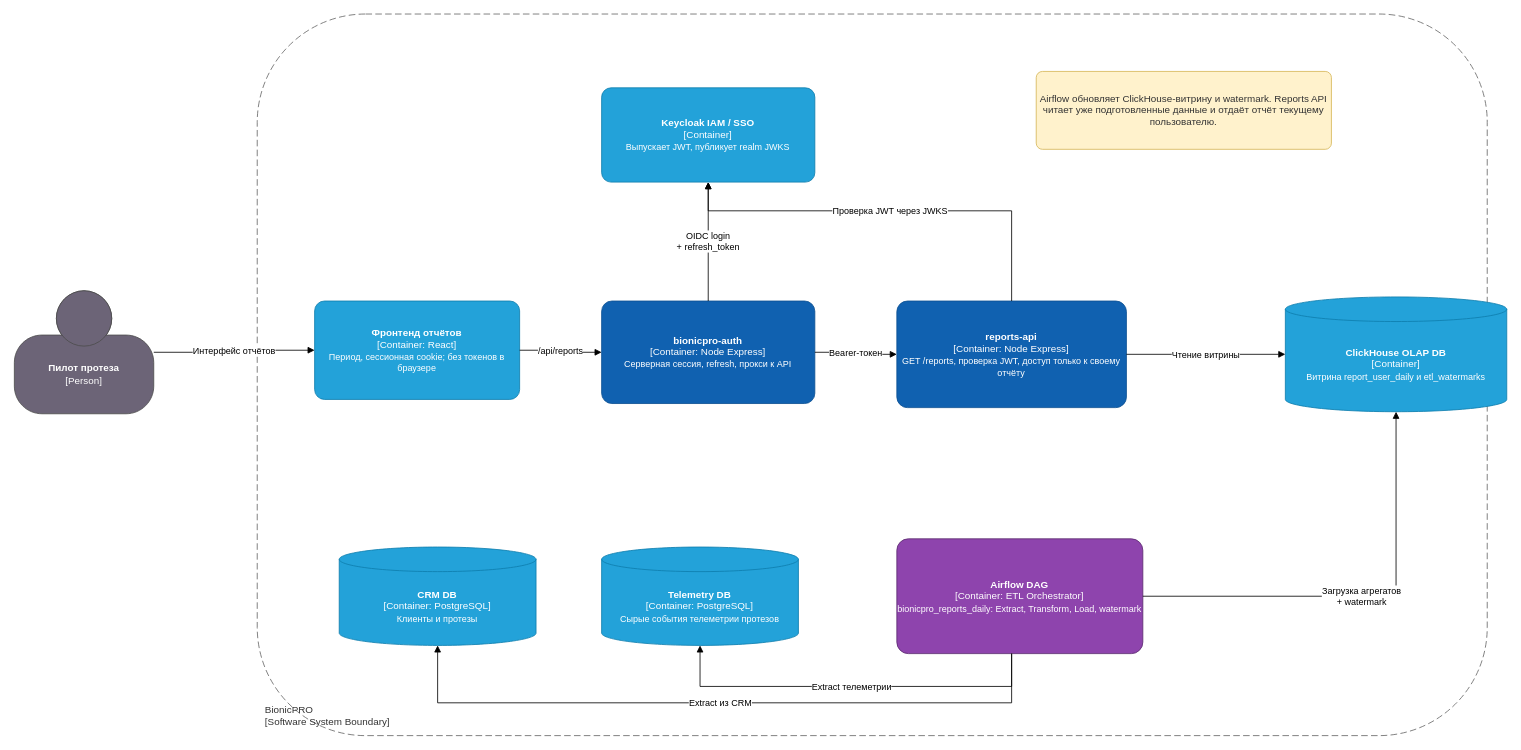
Before: architecture/bionicpro-reports-c4.drawio in astandrik/architecture-bionicpro, a draw.io diagram. Source tidied: cells renumbered, new cells numbered last; positions are measured from the earlier drawing's top-left corner, leaving out a move shared by most shapes. Both pictures are drawn from the tidied source at 82%, with x=0, y=0 at pixel (14, 14).
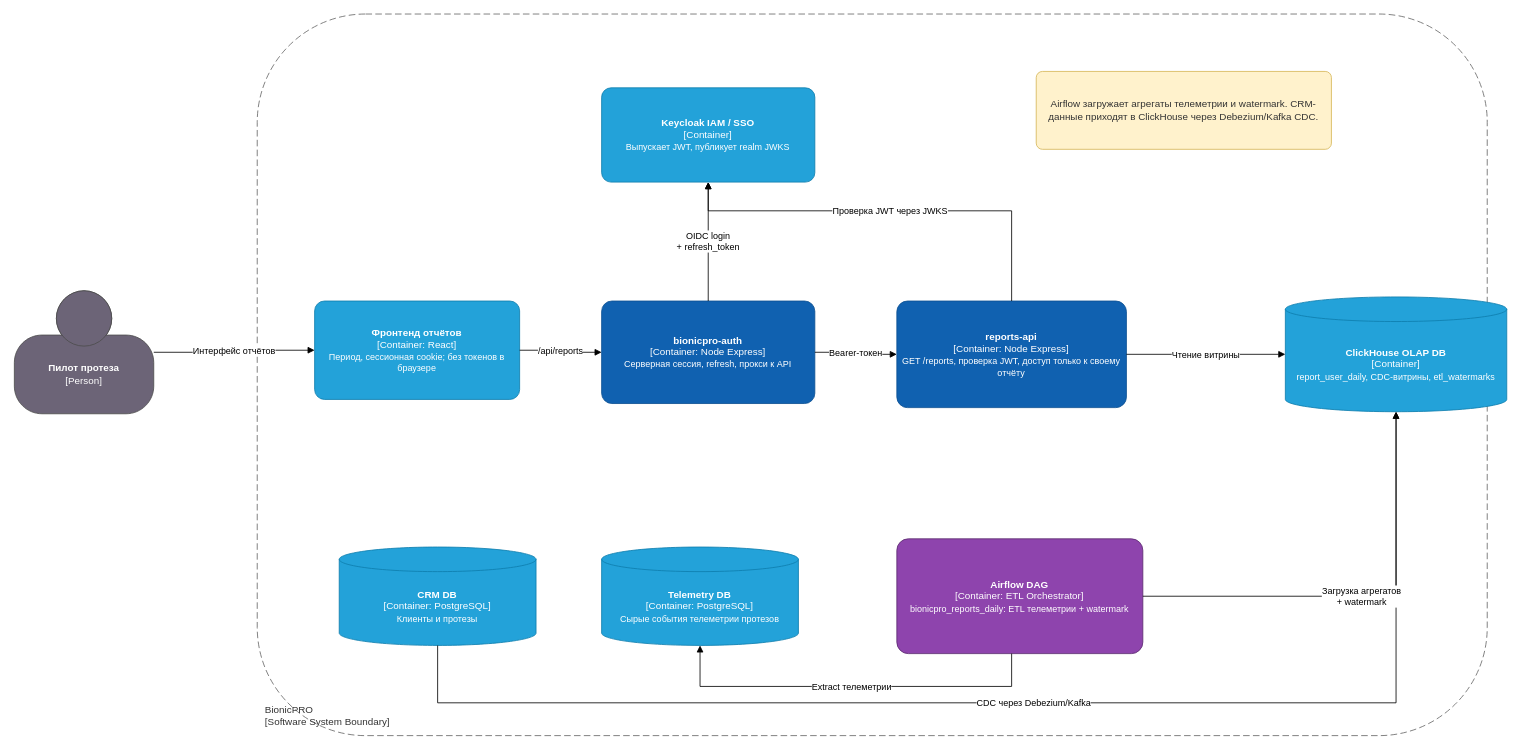
After the change.

Unchanged cells that the change refers to:
```xml
<mxCell id="8" value="&lt;b&gt;CRM DB&lt;/b&gt;&lt;br&gt;[Container: PostgreSQL]&lt;br&gt;&lt;font style=&quot;font-size: 11px&quot;&gt;Клиенты и протезы&lt;/font&gt;" style="shape=cylinder3;size=15;whiteSpace=wrap;html=1;boundedLbl=1;fillColor=#23A2D9;strokeColor=#0E7DAD;fontColor=#ffffff;" parent="1" vertex="1">
  <mxGeometry x="396.2" y="649.6" width="240" height="120" as="geometry" />
</mxCell>
```

The edit, as a diff of the source:
```diff
@@
-    <mxCell id="10" value="&lt;b&gt;Airflow DAG&lt;/b&gt;&lt;br&gt;[Container: ETL Orchestrator]&lt;br&gt;&lt;font style=&quot;font-size: 11px&quot;&gt;bionicpro_reports_daily: Extract, Transform, Load, watermark&lt;/font&gt;" style="rounded=1;whiteSpace=wrap;html=1;fillColor=#8E44AD;strokeColor=#5B2C6F;fontColor=#ffffff;arcSize=10;" parent="1" vertex="1">
+    <mxCell id="10" value="&lt;b&gt;Airflow DAG&lt;/b&gt;&lt;br&gt;[Container: ETL Orchestrator]&lt;br&gt;&lt;font style=&quot;font-size: 11px&quot;&gt;bionicpro_reports_daily: ETL телеметрии + watermark&lt;/font&gt;" style="rounded=1;whiteSpace=wrap;html=1;fillColor=#8E44AD;strokeColor=#5B2C6F;fontColor=#ffffff;arcSize=10;" parent="1" vertex="1">
       <mxGeometry x="1076.2" y="639.6" width="300" height="140" as="geometry" />
     </mxCell>
-    <mxCell id="11" value="&lt;b&gt;ClickHouse OLAP DB&lt;/b&gt;&lt;br&gt;[Container]&lt;br&gt;&lt;font style=&quot;font-size: 11px&quot;&gt;Витрина report_user_daily и etl_watermarks&lt;/font&gt;" style="shape=cylinder3;size=15;whiteSpace=wrap;html=1;boundedLbl=1;fillColor=#23A2D9;strokeColor=#0E7DAD;fontColor=#ffffff;" parent="1" vertex="1">
+    <mxCell id="11" value="&lt;b&gt;ClickHouse OLAP DB&lt;/b&gt;&lt;br&gt;[Container]&lt;br&gt;&lt;font style=&quot;font-size: 11px&quot;&gt;report_user_daily, CDC-витрины, etl_watermarks&lt;/font&gt;" style="shape=cylinder3;size=15;whiteSpace=wrap;html=1;boundedLbl=1;fillColor=#23A2D9;strokeColor=#0E7DAD;fontColor=#ffffff;" parent="1" vertex="1">
       <mxGeometry x="1550" y="344.6" width="270" height="140" as="geometry" />
     </mxCell>
-    <mxCell id="12" value="Airflow обновляет ClickHouse-витрину и watermark. Reports API читает уже подготовленные данные и отдаёт отчёт текущему пользователю." style="rounded=1;whiteSpace=wrap;html=1;fillColor=#FFF2CC;strokeColor=#D6B656;fontColor=#333333;arcSize=8;" parent="1" vertex="1">
+    <mxCell id="12" value="Airflow загружает агрегаты телеметрии и watermark. CRM-данные приходят в ClickHouse через Debezium/Kafka CDC." style="rounded=1;whiteSpace=wrap;html=1;fillColor=#FFF2CC;strokeColor=#D6B656;fontColor=#333333;arcSize=8;" parent="1" vertex="1">
       <mxGeometry x="1246.2" y="69.6" width="360" height="95" as="geometry" />
     </mxCell>
@@
-    <mxCell id="18" value="Extract из CRM" style="edgeStyle=orthogonalEdgeStyle;rounded=0;html=1;endArrow=block;fontSize=11;" parent="1" edge="1" source="10" target="8">
+    <mxCell id="18" value="CDC через Debezium/Kafka" style="edgeStyle=orthogonalEdgeStyle;rounded=0;html=1;endArrow=block;fontSize=11;" parent="1" edge="1" source="8" target="11">
       <mxGeometry relative="1" as="geometry">
         <Array as="points">
           <mxPoint x="1216.2" y="839.6" />
           <mxPoint x="516.2" y="839.6" />
         </Array>
       </mxGeometry>
     </mxCell>
```
